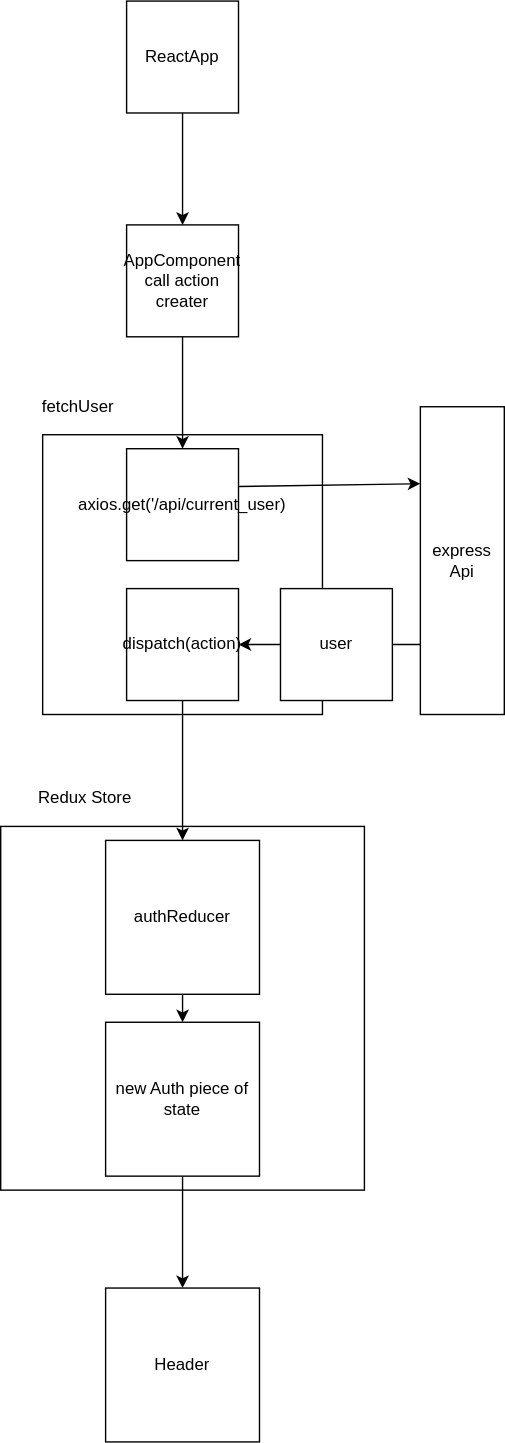
This is how-redux-does-know-loginState.svg from awsome-cats/react-design, a draw.io export, as it was before one commit. Source tidied: cells renumbered, new cells last; positions are measured from the earlier drawing's top-left corner, leaving out a move shared by most shapes.
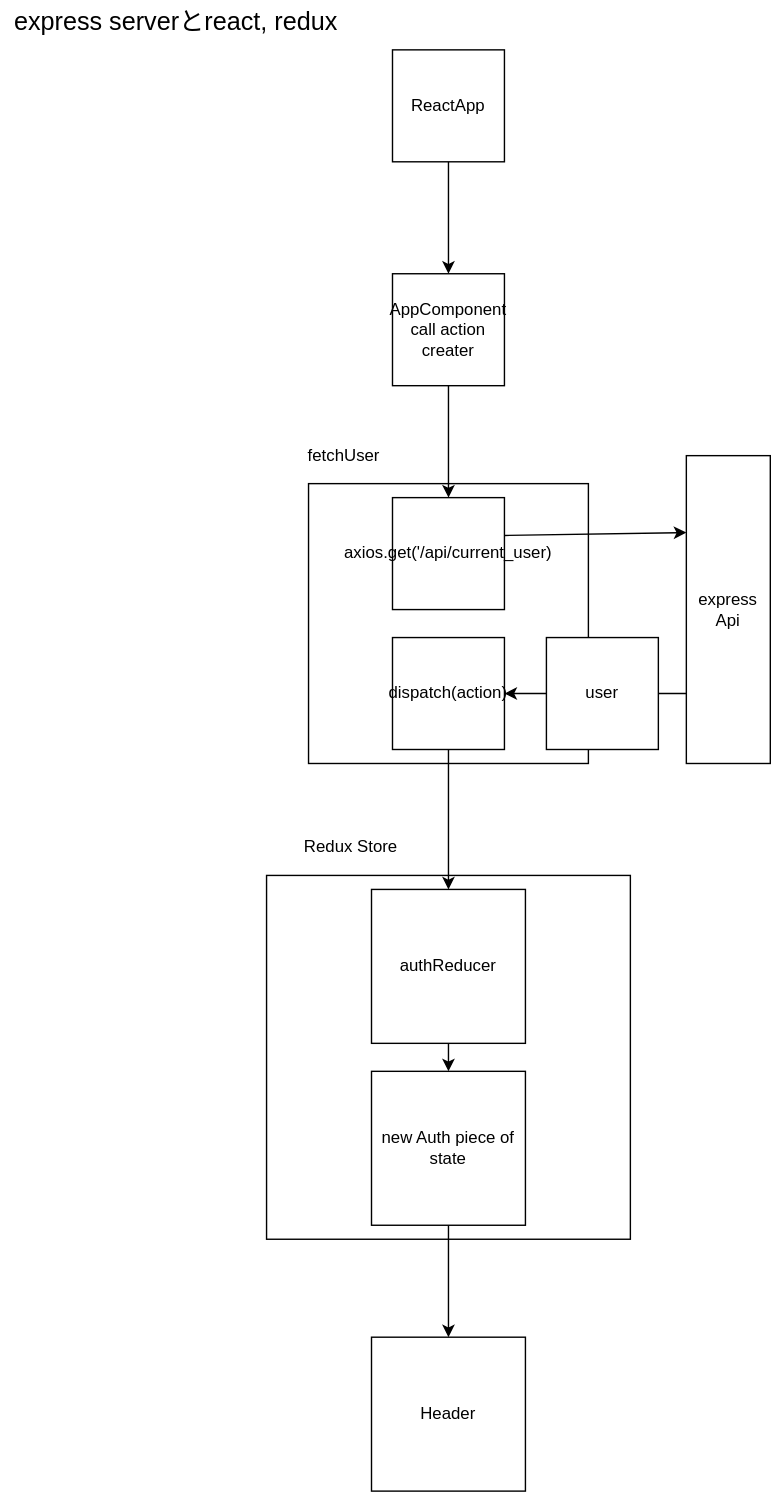
After the commit.

Commit message:
how-redux-does-know-loginState.svg を更新します

Diff of the diagram source:
```diff
@@ -69,5 +69,8 @@
         <mxPoint x="130" y="730" as="targetPoint" />
       </mxGeometry>
     </mxCell>
+    <mxCell id="22" value="express serverとreact, redux" style="text;html=1;align=center;verticalAlign=middle;strokeColor=none;fontSize=18;" parent="1" vertex="1">
+      <mxGeometry x="-190" y="-35" width="250" height="30" as="geometry" />
+    </mxCell>
   </root>
 </mxGraphModel>
```
